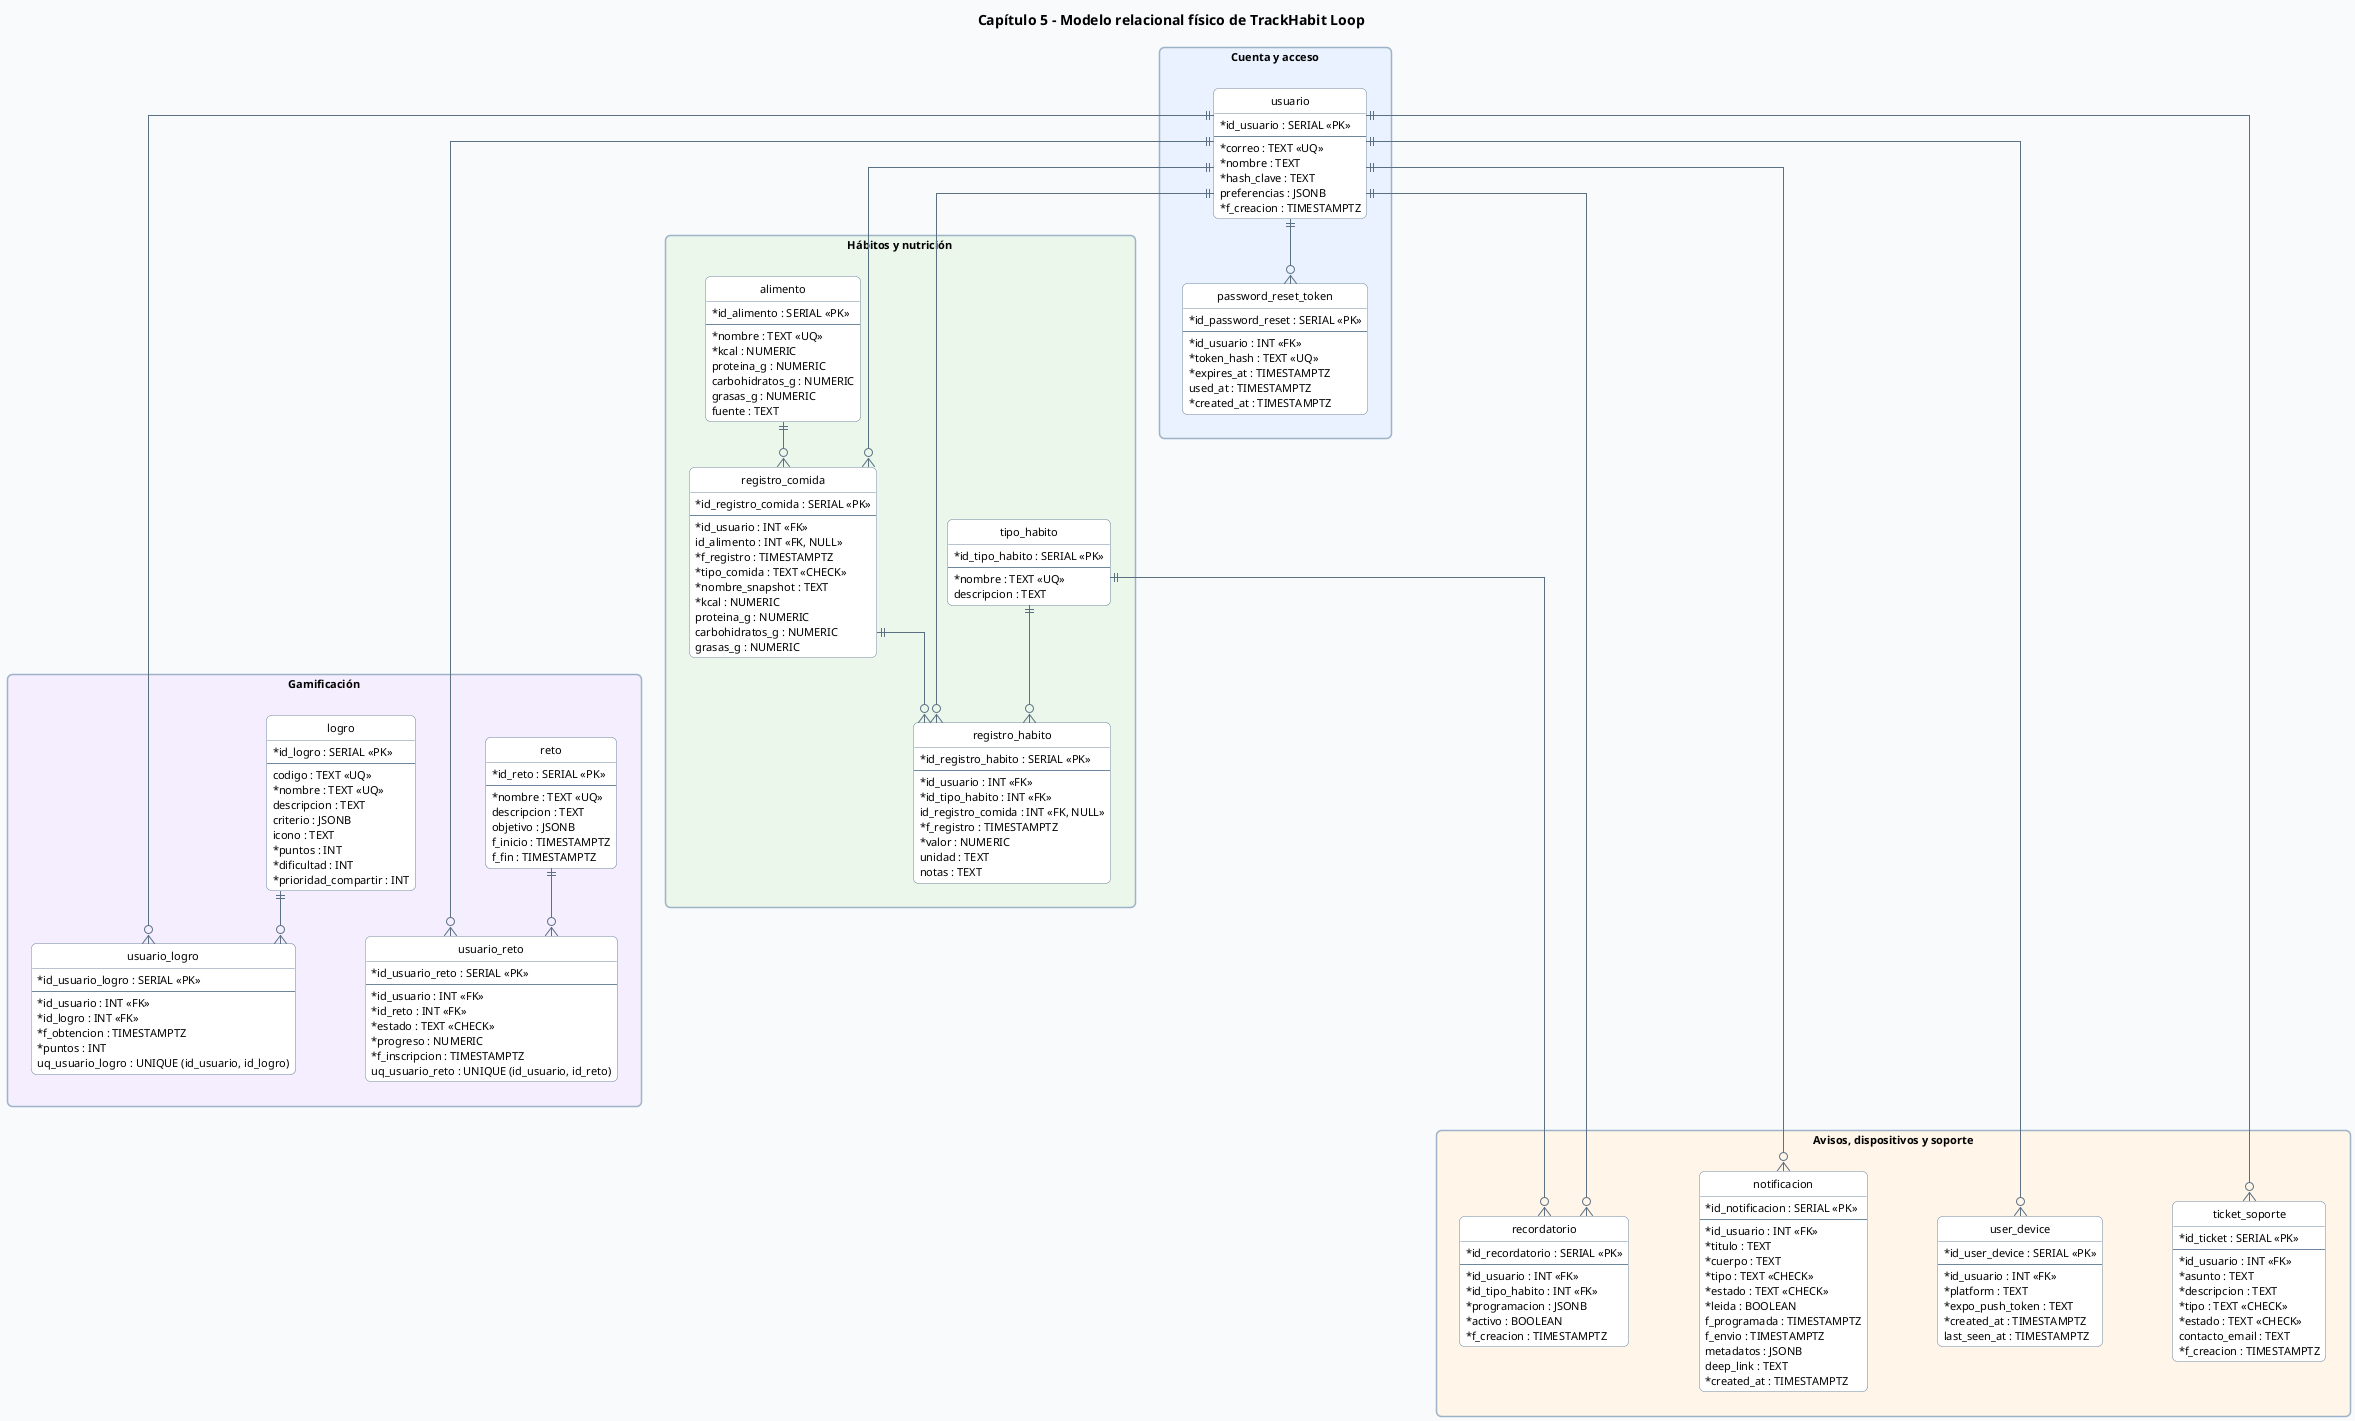
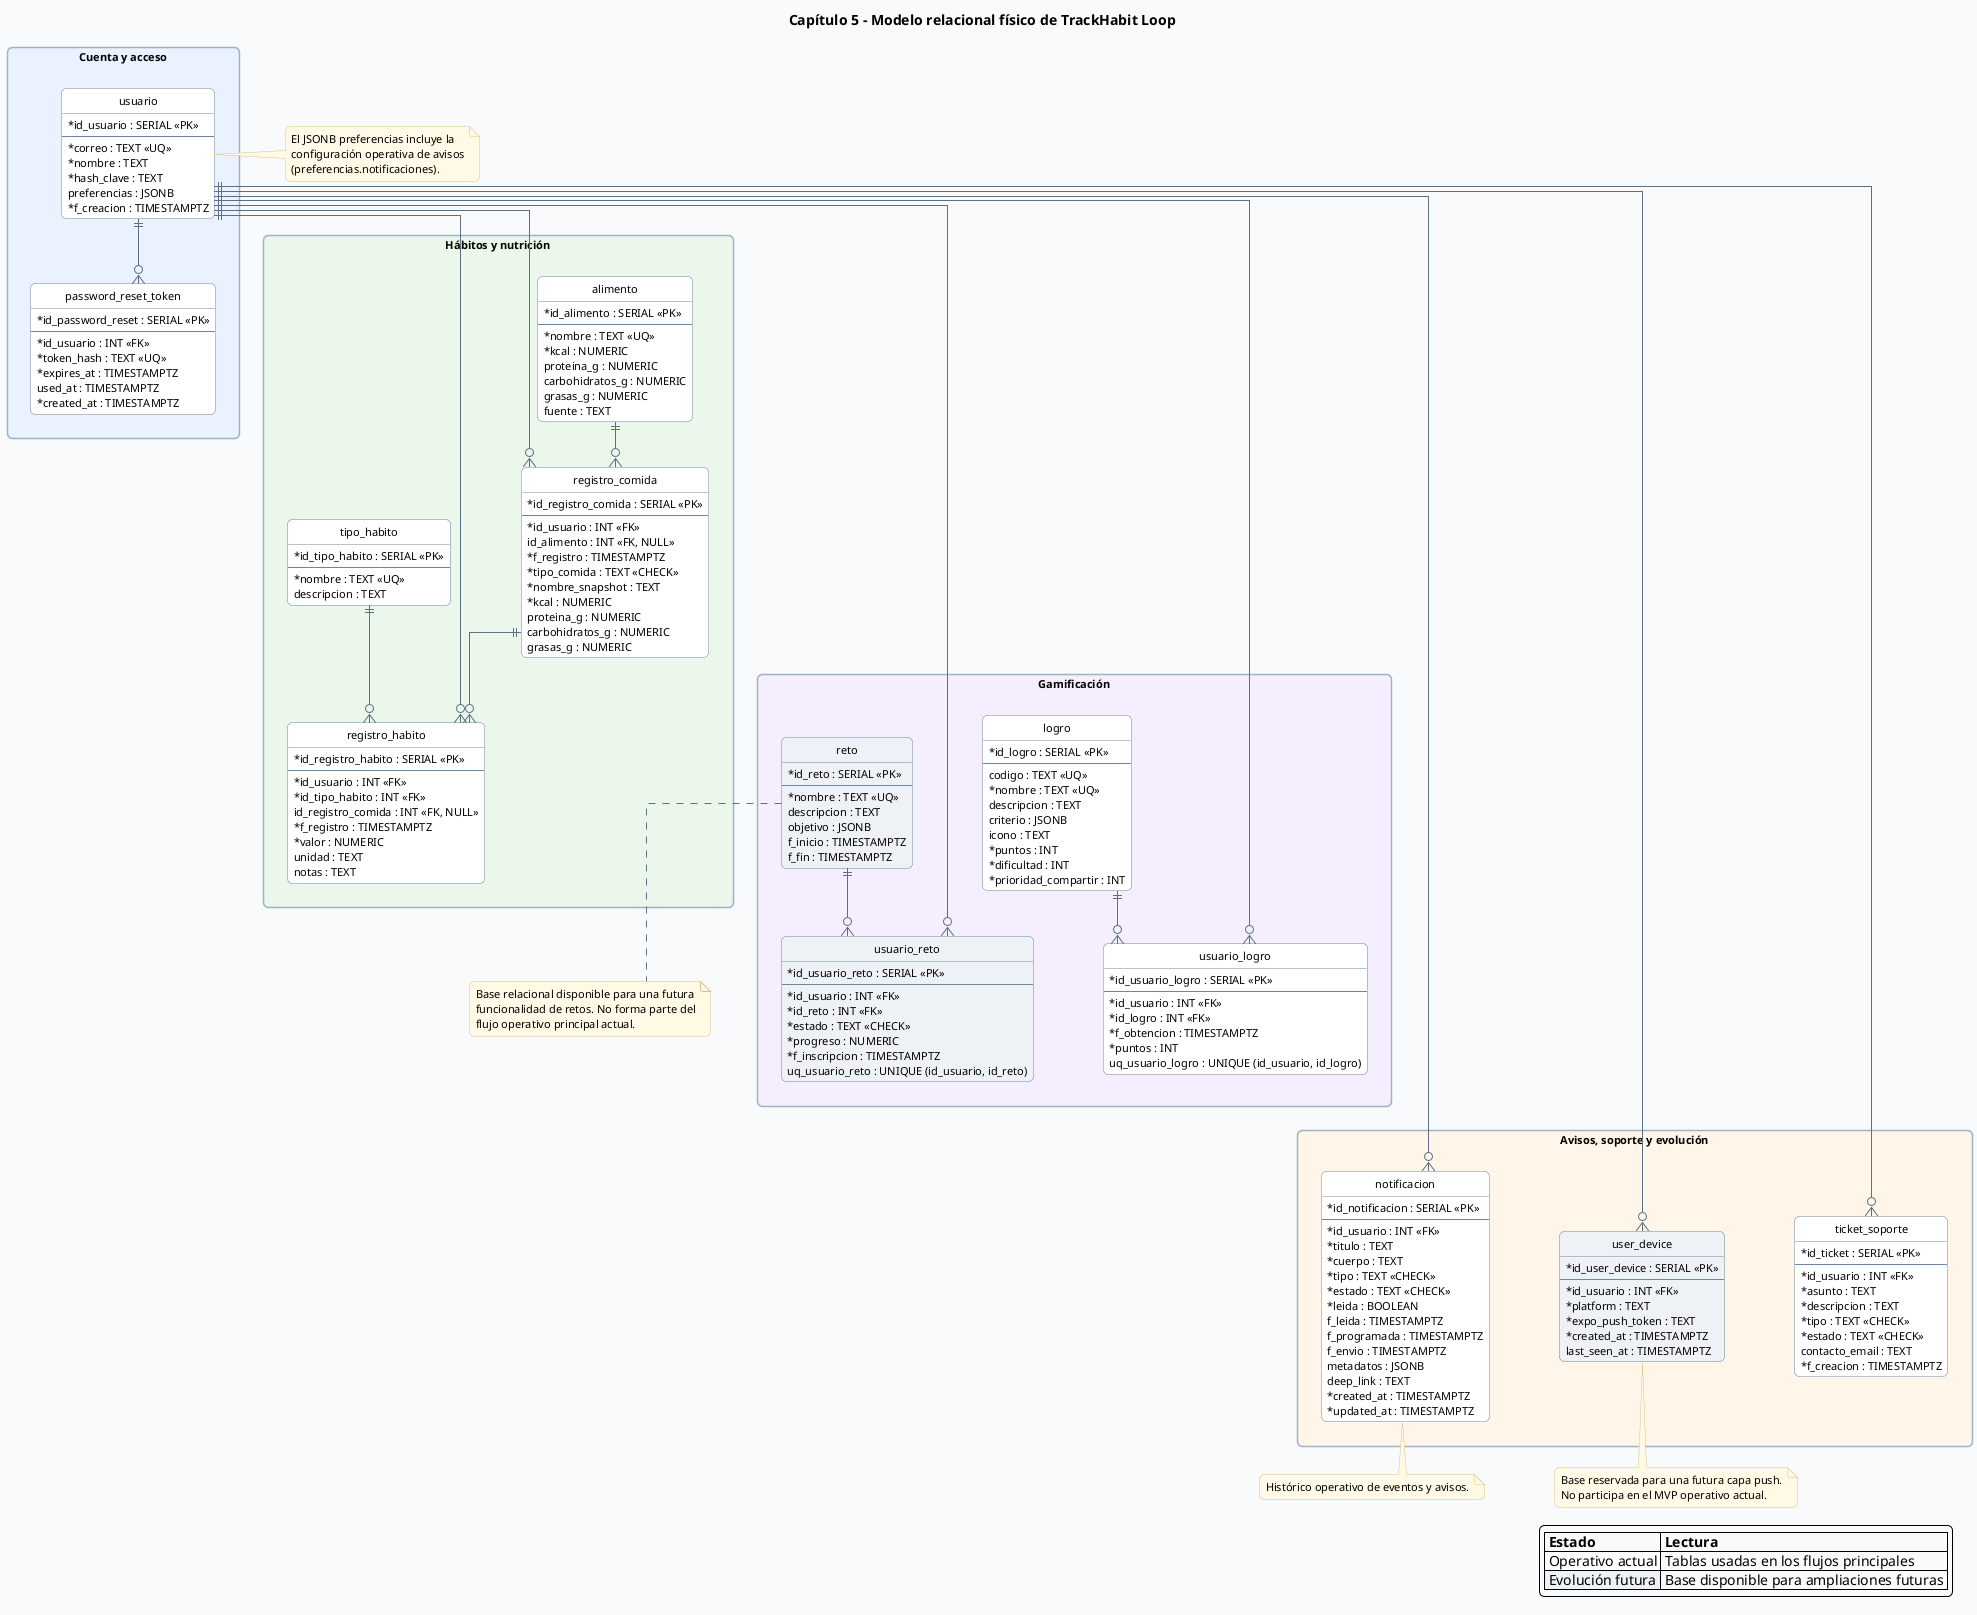
@startuml
hide circle
hide methods
hide stereotypes

skinparam backgroundColor #F8FAFC
skinparam shadowing false
skinparam roundcorner 10
skinparam defaultFontName Segoe UI
skinparam defaultFontSize 11
skinparam ArrowColor #5B7083
skinparam ArrowThickness 1
skinparam packageStyle rectangle
skinparam packageBorderColor #9FB3C8
skinparam classBackgroundColor #FFFFFF
skinparam classBorderColor #6E879D
skinparam noteBackgroundColor #FFF9E6
skinparam noteBorderColor #D7C58A
skinparam classAttributeIconSize 0
skinparam linetype ortho
skinparam nodesep 70
skinparam ranksep 45

title Capítulo 5 - Modelo relacional físico de TrackHabit Loop

top to bottom direction

+ legend right
+ |= Estado |= Lectura |
+ |<#FFFFFF> Operativo actual | Tablas usadas en los flujos principales |
+ |<#EEF2F7> Evolución futura | Base disponible para ampliaciones futuras |
+ endlegend
+ 
package "Cuenta y acceso" #EAF2FF {
  together {
    entity "usuario" as usuario {
      * id_usuario : SERIAL <<PK>>
      --
      * correo : TEXT <<UQ>>
      * nombre : TEXT
      * hash_clave : TEXT
      preferencias : JSONB
      * f_creacion : TIMESTAMPTZ
    }

    entity "password_reset_token" as password_reset_token {
      * id_password_reset : SERIAL <<PK>>
      --
      * id_usuario : INT <<FK>>
      * token_hash : TEXT <<UQ>>
      * expires_at : TIMESTAMPTZ
      used_at : TIMESTAMPTZ
      * created_at : TIMESTAMPTZ
    }
  }
}
+ 
+ note right of usuario
+ El JSONB preferencias incluye la
+ configuración operativa de avisos
+ (preferencias.notificaciones).
+ end note

package "Hábitos y nutrición" #EAF7EA {
  together {
    entity "tipo_habito" as tipo_habito {
      * id_tipo_habito : SERIAL <<PK>>
      --
      * nombre : TEXT <<UQ>>
      descripcion : TEXT
    }

    entity "registro_habito" as registro_habito {
      * id_registro_habito : SERIAL <<PK>>
      --
      * id_usuario : INT <<FK>>
      * id_tipo_habito : INT <<FK>>
      id_registro_comida : INT <<FK, NULL>>
      * f_registro : TIMESTAMPTZ
      * valor : NUMERIC
      unidad : TEXT
      notas : TEXT
    }

    entity "alimento" as alimento {
      * id_alimento : SERIAL <<PK>>
      --
      * nombre : TEXT <<UQ>>
      * kcal : NUMERIC
      proteina_g : NUMERIC
      carbohidratos_g : NUMERIC
      grasas_g : NUMERIC
      fuente : TEXT
    }

    entity "registro_comida" as registro_comida {
      * id_registro_comida : SERIAL <<PK>>
      --
      * id_usuario : INT <<FK>>
      id_alimento : INT <<FK, NULL>>
      * f_registro : TIMESTAMPTZ
      * tipo_comida : TEXT <<CHECK>>
      * nombre_snapshot : TEXT
      * kcal : NUMERIC
      proteina_g : NUMERIC
      carbohidratos_g : NUMERIC
      grasas_g : NUMERIC
    }
  }
}

package "Gamificación" #F4EEFF {
  together {
    entity "logro" as logro {
      * id_logro : SERIAL <<PK>>
      --
      codigo : TEXT <<UQ>>
      * nombre : TEXT <<UQ>>
      descripcion : TEXT
      criterio : JSONB
      icono : TEXT
      * puntos : INT
      * dificultad : INT
      * prioridad_compartir : INT
    }

    entity "usuario_logro" as usuario_logro {
      * id_usuario_logro : SERIAL <<PK>>
      --
      * id_usuario : INT <<FK>>
      * id_logro : INT <<FK>>
      * f_obtencion : TIMESTAMPTZ
      * puntos : INT
      uq_usuario_logro : UNIQUE (id_usuario, id_logro)
    }

-     entity "reto" as reto {
+     entity "reto" as reto #EEF2F7 {
      * id_reto : SERIAL <<PK>>
      --
      * nombre : TEXT <<UQ>>
      descripcion : TEXT
      objetivo : JSONB
      f_inicio : TIMESTAMPTZ
      f_fin : TIMESTAMPTZ
    }

-     entity "usuario_reto" as usuario_reto {
+     entity "usuario_reto" as usuario_reto #EEF2F7 {
      * id_usuario_reto : SERIAL <<PK>>
      --
      * id_usuario : INT <<FK>>
      * id_reto : INT <<FK>>
      * estado : TEXT <<CHECK>>
      * progreso : NUMERIC
      * f_inscripcion : TIMESTAMPTZ
      uq_usuario_reto : UNIQUE (id_usuario, id_reto)
    }
  }
}

- package "Avisos, dispositivos y soporte" #FFF5E8 {
-   together {
-     entity "recordatorio" as recordatorio {
-       * id_recordatorio : SERIAL <<PK>>
-       --
-       * id_usuario : INT <<FK>>
-       * id_tipo_habito : INT <<FK>>
-       * programacion : JSONB
-       * activo : BOOLEAN
-       * f_creacion : TIMESTAMPTZ
-     }
- 
+ note bottom of reto
+ Base relacional disponible para una futura
+ funcionalidad de retos. No forma parte del
+ flujo operativo principal actual.
+ end note
+ 
+ package "Avisos, soporte y evolución" #FFF5E8 {
+   together {
    entity "notificacion" as notificacion {
      * id_notificacion : SERIAL <<PK>>
      --
      * id_usuario : INT <<FK>>
      * titulo : TEXT
      * cuerpo : TEXT
      * tipo : TEXT <<CHECK>>
      * estado : TEXT <<CHECK>>
      * leida : BOOLEAN
+       f_leida : TIMESTAMPTZ
      f_programada : TIMESTAMPTZ
      f_envio : TIMESTAMPTZ
      metadatos : JSONB
      deep_link : TEXT
      * created_at : TIMESTAMPTZ
-     }
- 
-     entity "user_device" as user_device {
+       * updated_at : TIMESTAMPTZ
+     }
+ 
+     entity "user_device" as user_device #EEF2F7 {
      * id_user_device : SERIAL <<PK>>
      --
      * id_usuario : INT <<FK>>
      * platform : TEXT
      * expo_push_token : TEXT
      * created_at : TIMESTAMPTZ
      last_seen_at : TIMESTAMPTZ
    }

    entity "ticket_soporte" as ticket_soporte {
      * id_ticket : SERIAL <<PK>>
      --
      * id_usuario : INT <<FK>>
      * asunto : TEXT
      * descripcion : TEXT
      * tipo : TEXT <<CHECK>>
      * estado : TEXT <<CHECK>>
      contacto_email : TEXT
      * f_creacion : TIMESTAMPTZ
    }
  }
}
+ 
+ note bottom of user_device
+ Base reservada para una futura capa push.
+ No participa en el MVP operativo actual.
+ end note
+ 
+ note bottom of notificacion
+ Histórico operativo de eventos y avisos.
+ end note

usuario ||--o{ password_reset_token
usuario ||--o{ registro_habito
tipo_habito ||--o{ registro_habito
usuario ||--o{ registro_comida
alimento ||--o{ registro_comida
registro_comida ||--o{ registro_habito
usuario ||--o{ usuario_logro
logro ||--o{ usuario_logro
usuario ||--o{ usuario_reto
reto ||--o{ usuario_reto
- usuario ||--o{ recordatorio
- tipo_habito ||--o{ recordatorio
usuario ||--o{ notificacion
usuario ||--o{ user_device
usuario ||--o{ ticket_soporte

password_reset_token -[hidden]-> tipo_habito
registro_comida -[hidden]-> logro
- usuario_reto -[hidden]-> recordatorio
+ usuario_reto -[hidden]-> notificacion

@enduml
